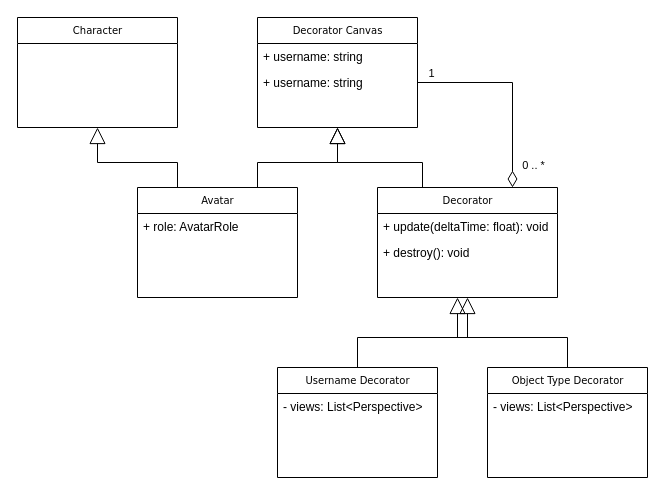
Earlier version of the draw.io diagram prototype/DuneVR/docs/UML-1.drawio (demuth/vDUNE). Source tidied: cells renumbered, new cells numbered last; positions are measured from the earlier drawing's top-left corner, leaving out a move shared by most shapes. Both pictures are drawn from the tidied source at 100%, with x=0, y=0 at pixel (17, 17).
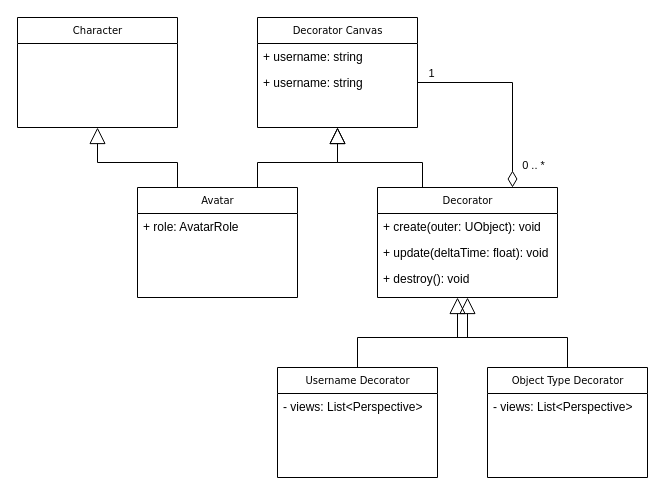
Above is the later version.

Commit message (it also covers changes not shown here):
update neutrino point

Unchanged cells that the change refers to:
```xml
<mxCell id="6" value="Decorator" style="swimlane;html=1;fontStyle=0;horizontal=1;startSize=26;fillColor=none;swimlaneFillColor=#ffffff;rounded=0;shadow=0;comic=0;labelBackgroundColor=none;strokeWidth=1;fontFamily=Verdana;fontSize=10;align=center;" parent="1" vertex="1">
  <mxGeometry x="360" y="170" width="180" height="110" as="geometry" />
</mxCell>
```

Diff of the diagram source:
```diff
@@
+    <mxCell id="8" value="+ create(outer: UObject): void" style="text;html=1;strokeColor=none;fillColor=none;align=left;verticalAlign=top;spacingLeft=4;spacingRight=4;whiteSpace=wrap;overflow=hidden;" parent="6" vertex="1">
+      <mxGeometry y="26" width="180" height="26" as="geometry" />
+    </mxCell>
     <mxCell id="7" value="+ update(deltaTime: float): void" style="text;html=1;strokeColor=none;fillColor=none;align=left;verticalAlign=top;spacingLeft=4;spacingRight=4;whiteSpace=wrap;overflow=hidden;" parent="6" vertex="1">
-      <mxGeometry y="26" width="180" height="26" as="geometry" />
+      <mxGeometry y="52" width="180" height="26" as="geometry" />
     </mxCell>
-    <mxCell id="8" value="+ destroy(): void" style="text;html=1;strokeColor=none;fillColor=none;align=left;verticalAlign=top;spacingLeft=4;spacingRight=4;whiteSpace=wrap;overflow=hidden;" parent="6" vertex="1">
-      <mxGeometry y="52" width="180" height="26" as="geometry" />
-    </mxCell>
+    <mxCell id="23" value="+ destroy(): void" style="text;html=1;strokeColor=none;fillColor=none;align=left;verticalAlign=top;spacingLeft=4;spacingRight=4;whiteSpace=wrap;overflow=hidden;" parent="6" vertex="1">
+      <mxGeometry y="78" width="180" height="26" as="geometry" />
+    </mxCell>
```
